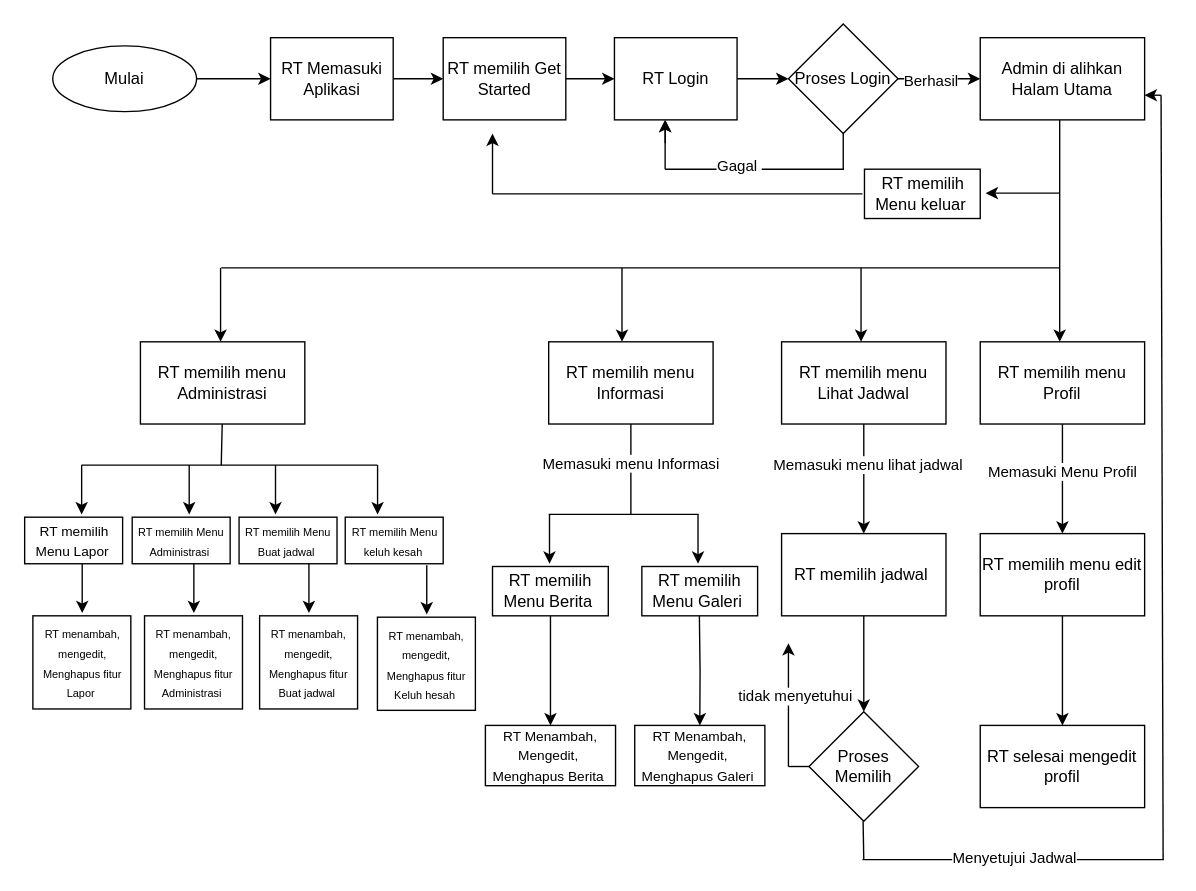
Mohazm/Draw.io keeps this draw.io diagram as Untitled Diagram.drawio. Above is the earlier version. Source tidied: cells renumbered, new cells numbered last; positions are measured from the earlier drawing's top-left corner, leaving out a move shared by most shapes. Both pictures are drawn from the tidied source at 137%, with x=0, y=0 at pixel (23, 23).
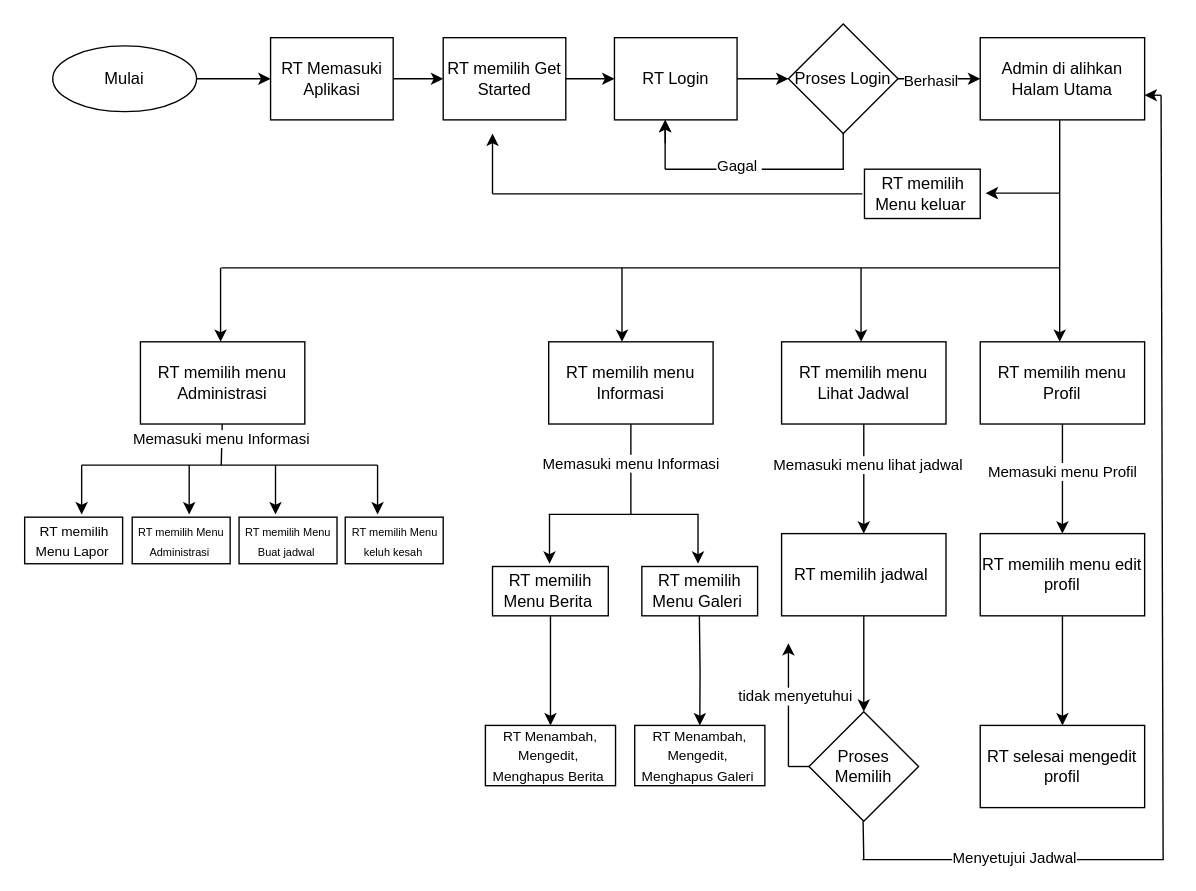
Above is the later version.

Commit message:
User Flow RT.drawio

The change refers to these unchanged cells:
```xml
<mxCell id="15" style="edgeStyle=orthogonalEdgeStyle;rounded=0;jettySize=auto;html=1;" parent="1" edge="1" source="17" target="19">
  <mxGeometry relative="1" as="geometry" />
</mxCell>
<mxCell id="45" style="endArrow=none;html=1;rounded=0;" parent="1" edge="1">
  <mxGeometry relative="1" as="geometry">
    <mxPoint x="144" y="322" as="sourcePoint" />
    <mxPoint x="144.7" y="292" as="targetPoint" />
  </mxGeometry>
</mxCell>
```

Change to the diagram source:
```diff
@@
-    <mxCell id="16" value="Memasuki Menu Profil" style="edgeLabel;html=1;align=center;verticalAlign=middle;" parent="15" vertex="1">
+    <mxCell id="16" value="Memasuki menu Profil" style="edgeLabel;html=1;align=center;verticalAlign=middle;" parent="15" vertex="1">
       <mxGeometry x="-0.16" y="-1" relative="1" as="geometry" />
     </mxCell>
@@
+    <mxCell id="79" value="Memasuki menu Informasi" style="edgeLabel;html=1;align=center;verticalAlign=middle;" parent="45" vertex="1">
+      <mxGeometry x="0.17" y="1" relative="1" as="geometry">
+        <mxPoint y="-1" as="offset" />
+      </mxGeometry>
+    </mxCell>
@@
-    <mxCell id="54" style="endArrow=classic;html=1;rounded=0;" parent="1" edge="1">
-      <mxGeometry relative="1" as="geometry">
-        <mxPoint x="294" y="395" as="sourcePoint" />
-        <mxPoint x="294" y="431" as="targetPoint" />
-      </mxGeometry>
-    </mxCell>
-    <mxCell id="55" value="&lt;font style=&quot;font-size: 8px;&quot;&gt;RT menambah, mengedit, Menghapus fitur Keluh hesah&amp;nbsp;&lt;/font&gt;" style="whiteSpace=wrap;html=1;" parent="1" vertex="1">
-      <mxGeometry x="258" y="433" width="71.5" height="68" as="geometry" />
-    </mxCell>
-    <mxCell id="56" style="endArrow=classic;html=1;rounded=0;" parent="1" edge="1">
-      <mxGeometry relative="1" as="geometry">
-        <mxPoint x="208" y="394" as="sourcePoint" />
-        <mxPoint x="208" y="430" as="targetPoint" />
-      </mxGeometry>
-    </mxCell>
-    <mxCell id="57" value="&lt;font style=&quot;font-size: 8px;&quot;&gt;RT menambah, mengedit, Menghapus fitur Buat jadwal&amp;nbsp;&lt;/font&gt;" style="whiteSpace=wrap;html=1;" parent="1" vertex="1">
-      <mxGeometry x="172" y="432" width="71.5" height="68" as="geometry" />
-    </mxCell>
-    <mxCell id="58" style="endArrow=classic;html=1;rounded=0;" parent="1" edge="1">
-      <mxGeometry relative="1" as="geometry">
-        <mxPoint x="124" y="394" as="sourcePoint" />
-        <mxPoint x="124" y="430" as="targetPoint" />
-      </mxGeometry>
-    </mxCell>
-    <mxCell id="59" value="&lt;font style=&quot;font-size: 8px;&quot;&gt;RT menambah, mengedit, Menghapus fitur Administrasi&amp;nbsp;&lt;/font&gt;" style="whiteSpace=wrap;html=1;" parent="1" vertex="1">
-      <mxGeometry x="88" y="432" width="71.5" height="68" as="geometry" />
-    </mxCell>
-    <mxCell id="60" style="endArrow=classic;html=1;rounded=0;" parent="1" edge="1">
-      <mxGeometry relative="1" as="geometry">
-        <mxPoint x="42.5" y="394" as="sourcePoint" />
-        <mxPoint x="42.5" y="430" as="targetPoint" />
-      </mxGeometry>
-    </mxCell>
-    <mxCell id="61" value="&lt;font style=&quot;font-size: 8px;&quot;&gt;RT menambah, mengedit, Menghapus fitur Lapor&amp;nbsp;&lt;/font&gt;" style="whiteSpace=wrap;html=1;" parent="1" vertex="1">
-      <mxGeometry x="6.5" y="432" width="71.5" height="68" as="geometry" />
-    </mxCell>
```
